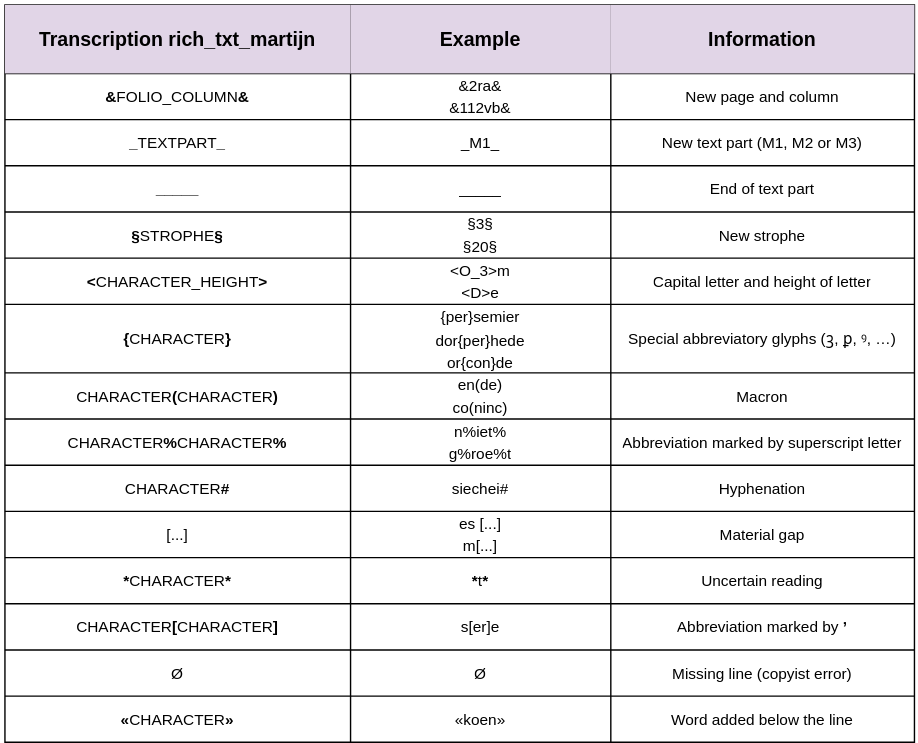
Earlier version of the draw.io export data/figures_images_tables/Legend_rich_txt_files.drawio.svg (SofieMoors/collateconstraints). Source tidied: cells renumbered, new cells last; positions are measured from the earlier drawing's top-left corner, leaving out a move shared by most shapes.
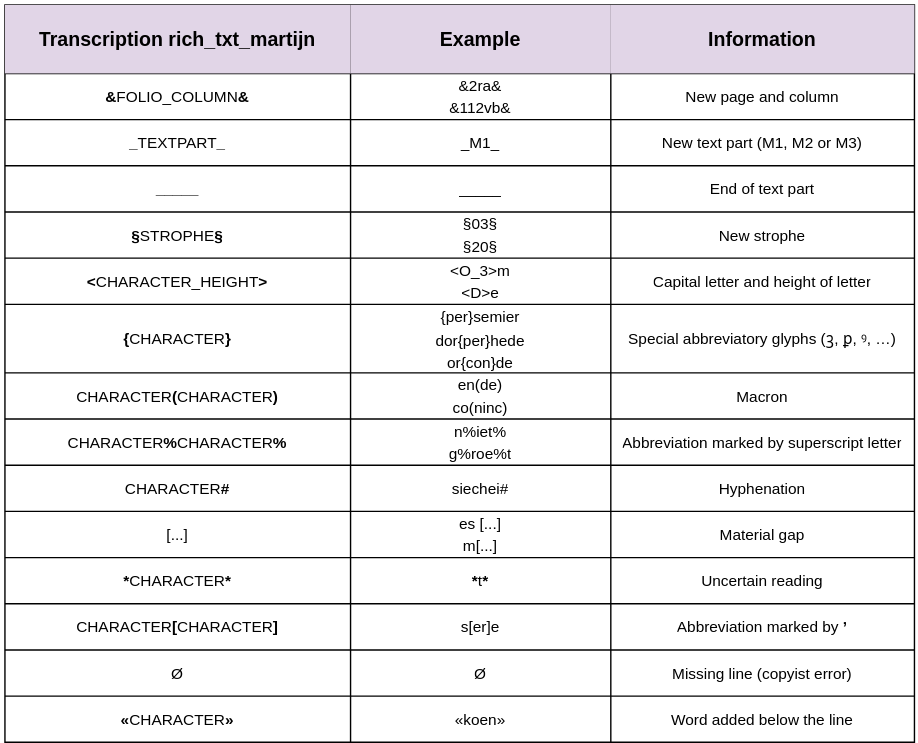
The same file after the commit.

The edit, as a diff of the source:
```diff
@@ -59,7 +59,7 @@
     <mxCell id="20" value="&lt;b style=&quot;font-size: 11px; text-align: start;&quot;&gt;§&lt;/b&gt;&lt;span style=&quot;text-align: start; font-size: 11px; line-height: 15.6933px;&quot; lang=&quot;nl&quot;&gt;STROPHE&lt;b style=&quot;font-size: 11px;&quot;&gt;§&lt;/b&gt;&lt;/span&gt;&lt;span style=&quot;font-size: 11px; text-align: start;&quot;&gt;&lt;/span&gt;" style="shape=partialRectangle;html=1;whiteSpace=wrap;strokeColor=inherit;overflow=hidden;fillColor=none;top=0;left=0;bottom=0;right=0;fontSize=11;fontFamily=Helvetica;spacing=0;" parent="19" vertex="1">
       <mxGeometry width="247" height="33" as="geometry" />
     </mxCell>
-    <mxCell id="21" value="&lt;div style=&quot;font-size: 11px; text-align: start;&quot;&gt;&lt;table align=&quot;center&quot; cellpadding=&quot;0&quot; cellspacing=&quot;0&quot; style=&quot;font-size: 11px;&quot;&gt;&lt;tbody style=&quot;font-size: 11px;&quot;&gt;&lt;tr style=&quot;font-size: 11px;&quot;&gt;&lt;td style=&quot;padding: 0cm 7.05pt; font-size: 11px;&quot; align=&quot;left&quot; valign=&quot;top&quot;&gt;&lt;p style=&quot;margin: 0cm; line-height: 16.8667px; font-size: 11px; text-align: center;&quot; align=&quot;center&quot; class=&quot;MsoNormal&quot;&gt;§3§&lt;/p&gt;&lt;/td&gt;&lt;/tr&gt;&lt;/tbody&gt;&lt;/table&gt;&lt;/div&gt;&lt;span style=&quot;text-align: start; font-size: 11px; line-height: 15.6933px;&quot; lang=&quot;nl&quot;&gt;§20§&lt;/span&gt;&lt;span style=&quot;font-size: 11px; text-align: start;&quot;&gt;&lt;/span&gt;" style="shape=partialRectangle;html=1;whiteSpace=wrap;strokeColor=inherit;overflow=hidden;fillColor=none;top=0;left=0;bottom=0;right=0;fontSize=11;fontFamily=Helvetica;spacing=0;" parent="19" vertex="1">
+    <mxCell id="21" value="&lt;div style=&quot;font-size: 11px; text-align: start;&quot;&gt;&lt;table align=&quot;center&quot; cellpadding=&quot;0&quot; cellspacing=&quot;0&quot; style=&quot;font-size: 11px;&quot;&gt;&lt;tbody style=&quot;font-size: 11px;&quot;&gt;&lt;tr style=&quot;font-size: 11px;&quot;&gt;&lt;td style=&quot;padding: 0cm 7.05pt; font-size: 11px;&quot; align=&quot;left&quot; valign=&quot;top&quot;&gt;&lt;p style=&quot;margin: 0cm; line-height: 16.8667px; font-size: 11px; text-align: center;&quot; align=&quot;center&quot; class=&quot;MsoNormal&quot;&gt;§03§&lt;/p&gt;&lt;/td&gt;&lt;/tr&gt;&lt;/tbody&gt;&lt;/table&gt;&lt;/div&gt;&lt;span style=&quot;text-align: start; font-size: 11px; line-height: 15.6933px;&quot; lang=&quot;nl&quot;&gt;§20§&lt;/span&gt;&lt;span style=&quot;font-size: 11px; text-align: start;&quot;&gt;&lt;/span&gt;" style="shape=partialRectangle;html=1;whiteSpace=wrap;strokeColor=inherit;overflow=hidden;fillColor=none;top=0;left=0;bottom=0;right=0;fontSize=11;fontFamily=Helvetica;spacing=0;" parent="19" vertex="1">
       <mxGeometry x="247" width="186" height="33" as="geometry" />
     </mxCell>
     <mxCell id="22" value="New strophe&lt;span style=&quot;font-size: 11px; text-align: start;&quot;&gt;&lt;/span&gt;" style="shape=partialRectangle;html=1;whiteSpace=wrap;strokeColor=inherit;overflow=hidden;fillColor=none;top=0;left=0;bottom=0;right=0;fontSize=11;fontFamily=Helvetica;spacing=0;" parent="19" vertex="1">
```
